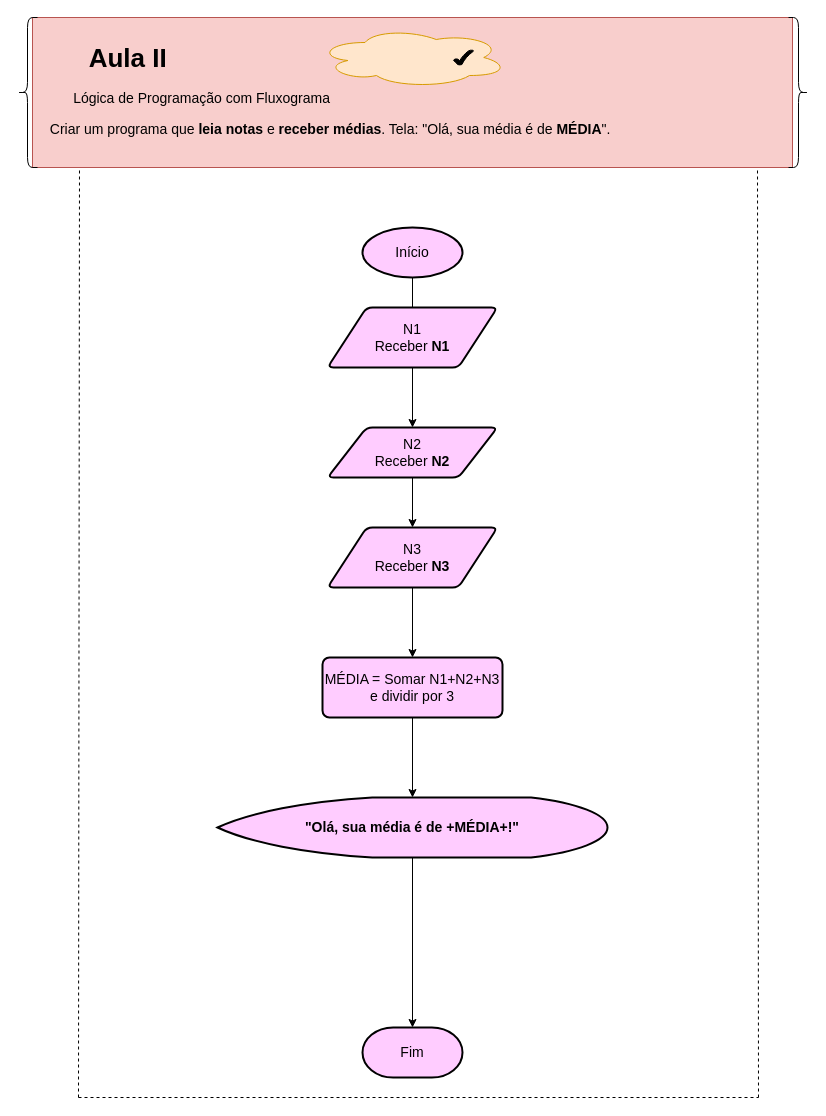
Above: page "3.LeituraAritmética" (3 of 7) of Untitled Diagram.drawio in RafaelaCurti/CurtiCurso (draw.io), before the change. Source tidied: cells renumbered, new cells numbered last; positions are measured from the earlier drawing's top-left corner, leaving out a move shared by most shapes. Both pictures are drawn from the tidied source at 100%, with x=0, y=0 at pixel (17, 17).
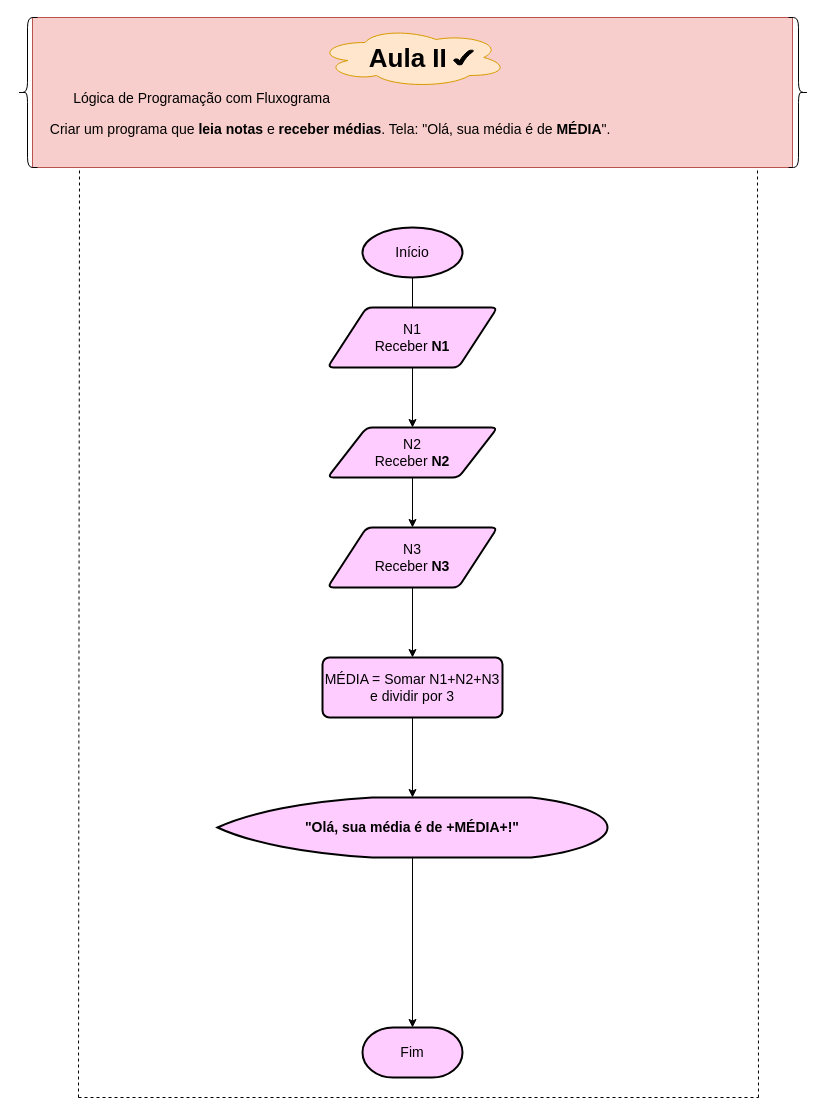
After the change.

Diff of the diagram source:
```diff
@@
-    <mxCell id="6" value="&lt;h1&gt;&lt;span style=&quot;white-space: pre&quot;&gt; &lt;/span&gt;&lt;span style=&quot;white-space: pre&quot;&gt; &lt;/span&gt;&lt;span style=&quot;white-space: pre&quot;&gt; &lt;/span&gt;&lt;span style=&quot;white-space: pre&quot;&gt; &lt;/span&gt;&lt;span style=&quot;white-space: pre&quot;&gt; &lt;/span&gt;&lt;span style=&quot;white-space: pre&quot;&gt; &lt;/span&gt;&amp;nbsp;&lt;font style=&quot;font-size: 26px&quot;&gt;Aula II&lt;/font&gt;&lt;br&gt;&lt;/h1&gt;&lt;p style=&quot;font-size: 14px&quot;&gt;&lt;span style=&quot;white-space: pre&quot;&gt; &lt;/span&gt;&lt;span style=&quot;white-space: pre&quot;&gt; &lt;/span&gt;&lt;span style=&quot;white-space: pre&quot;&gt; &lt;/span&gt;&lt;span style=&quot;white-space: pre&quot;&gt; &lt;/span&gt;&lt;span style=&quot;white-space: pre&quot;&gt; &lt;/span&gt;&lt;span style=&quot;white-space: pre&quot;&gt; &lt;/span&gt;&lt;span style=&quot;white-space: pre&quot;&gt; &lt;span style=&quot;white-space: pre&quot;&gt; &lt;/span&gt;&lt;/span&gt;Lógica de Programação com Fluxograma&lt;br&gt;&lt;/p&gt;&lt;p style=&quot;font-size: 14px&quot;&gt;&lt;span style=&quot;white-space: pre&quot;&gt; &lt;/span&gt;&lt;span style=&quot;white-space: pre&quot;&gt; &lt;/span&gt;Criar um programa que &lt;b&gt;leia notas &lt;/b&gt;e &lt;b&gt;receber médias&lt;/b&gt;. Tela: &quot;Olá, sua média é de &lt;b&gt;MÉDIA&lt;/b&gt;&quot;.&lt;/p&gt;" style="text;html=1;strokeColor=none;fillColor=none;spacing=5;spacingTop=-20;whiteSpace=wrap;overflow=hidden;rounded=0;" parent="1" vertex="1">
+    <mxCell id="6" value="&lt;h1&gt;&lt;span style=&quot;white-space: pre&quot;&gt; &lt;/span&gt;&lt;span style=&quot;white-space: pre&quot;&gt; &lt;/span&gt;&lt;span style=&quot;white-space: pre&quot;&gt; &lt;/span&gt;&lt;span style=&quot;white-space: pre&quot;&gt; &lt;/span&gt;&lt;span style=&quot;white-space: pre&quot;&gt; &lt;/span&gt;&lt;span style=&quot;white-space: pre&quot;&gt; &lt;/span&gt;&amp;nbsp; &amp;nbsp; &amp;nbsp; &amp;nbsp; &amp;nbsp; &amp;nbsp; &amp;nbsp; &amp;nbsp; &amp;nbsp; &amp;nbsp; &amp;nbsp; &amp;nbsp; &amp;nbsp; &amp;nbsp; &amp;nbsp; &amp;nbsp; &amp;nbsp; &amp;nbsp; &amp;nbsp; &amp;nbsp; &amp;nbsp; &amp;nbsp;&lt;font style=&quot;font-size: 26px&quot;&gt;Aula II&lt;/font&gt;&lt;br&gt;&lt;/h1&gt;&lt;p style=&quot;font-size: 14px&quot;&gt;&lt;span style=&quot;white-space: pre&quot;&gt; &lt;/span&gt;&lt;span style=&quot;white-space: pre&quot;&gt; &lt;/span&gt;&lt;span style=&quot;white-space: pre&quot;&gt; &lt;/span&gt;&lt;span style=&quot;white-space: pre&quot;&gt; &lt;/span&gt;&lt;span style=&quot;white-space: pre&quot;&gt; &lt;/span&gt;&lt;span style=&quot;white-space: pre&quot;&gt; &lt;/span&gt;&lt;span style=&quot;white-space: pre&quot;&gt; &lt;span style=&quot;white-space: pre&quot;&gt; &lt;/span&gt;&lt;/span&gt;Lógica de Programação com Fluxograma&lt;br&gt;&lt;/p&gt;&lt;p style=&quot;font-size: 14px&quot;&gt;&lt;span style=&quot;white-space: pre&quot;&gt; &lt;/span&gt;&lt;span style=&quot;white-space: pre&quot;&gt; &lt;/span&gt;Criar um programa que &lt;b&gt;leia notas &lt;/b&gt;e &lt;b&gt;receber médias&lt;/b&gt;. Tela: &quot;Olá, sua média é de &lt;b&gt;MÉDIA&lt;/b&gt;&quot;.&lt;/p&gt;" style="text;html=1;strokeColor=none;fillColor=none;spacing=5;spacingTop=-20;whiteSpace=wrap;overflow=hidden;rounded=0;" parent="1" vertex="1">
       <mxGeometry x="20" y="20" width="750" height="120" as="geometry" />
     </mxCell>
```
